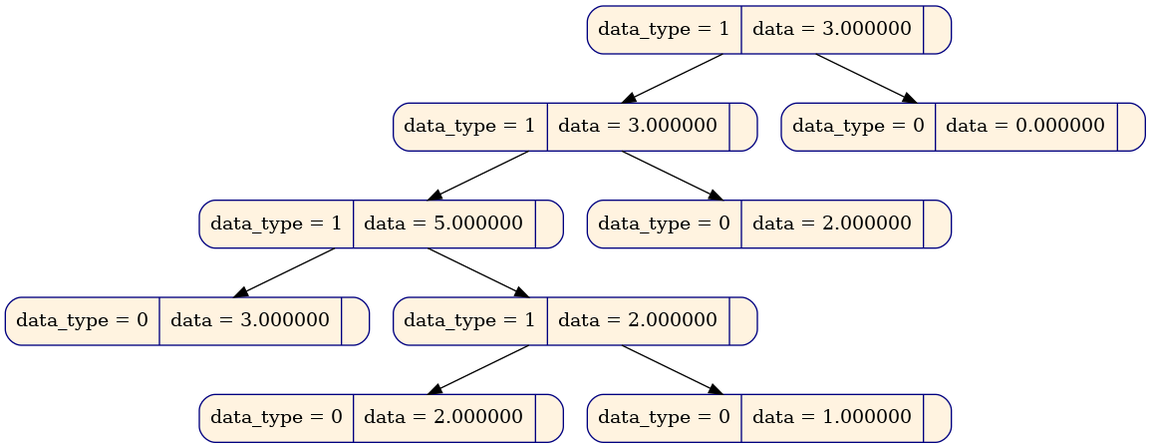
pupach/diff_tree keeps this Graphviz diagram as diff_tree/gr_dump/res_tree_before_ret.dot.png. Above is the earlier version. Its source is kept beside it as diff_tree/gr_dump/res_tree_before_ret.dot.
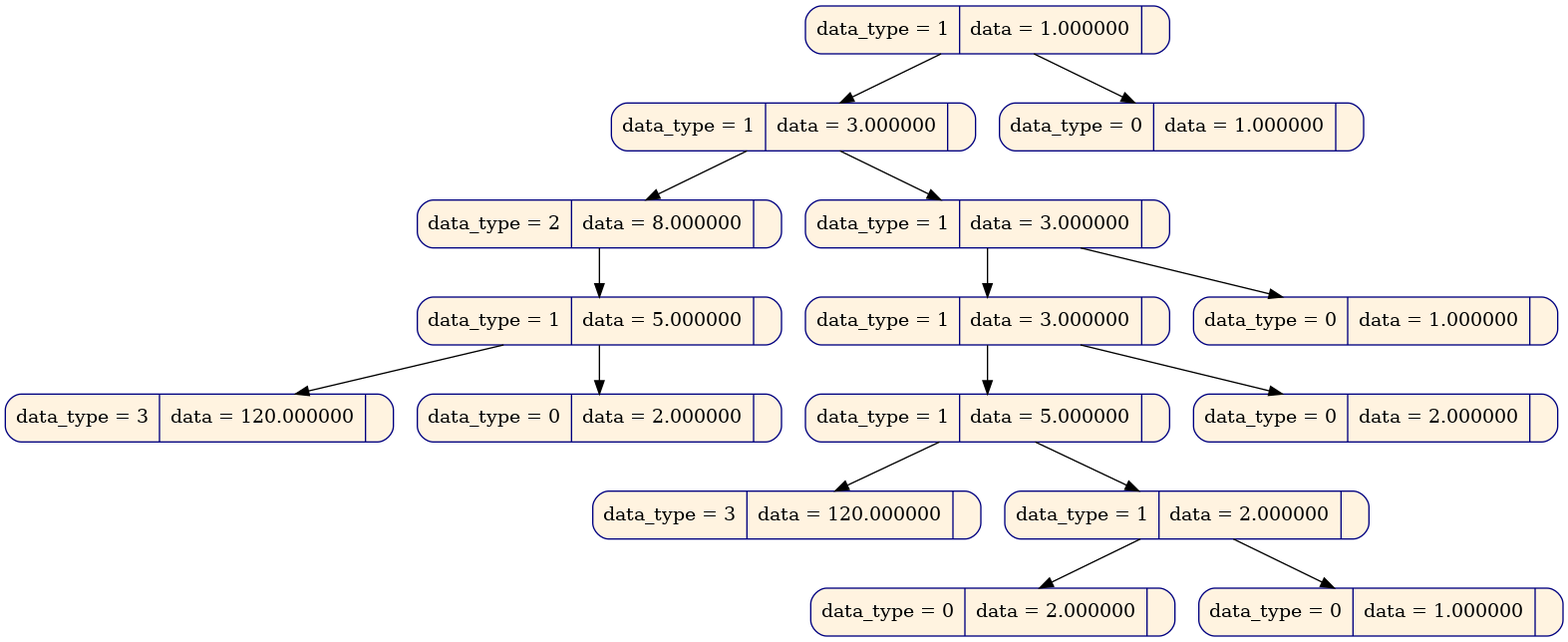
The same file after the commit.

Diff of the diagram source:
```diff
@@ -1,21 +1,35 @@
 digraph
 {
 node [shape = Mrecord, color  = "navy", style = "filled"];
-node0x6230000002c0[label = " data_type = 1 | data = 3.000000 | ", fillcolor = "#fff3e0", rank = 0];
-node0x622000000250[label = " data_type = 1 | data = 3.000000 | ", fillcolor = "#fff3e0", rank = 1];
-node0x620000000160[label = " data_type = 1 | data = 5.000000 | ", fillcolor = "#fff3e0", rank = 2];
-node0x619000000a80[label = " data_type = 0 | data = 3.000000 | ", fillcolor = "#fff3e0", rank = 3];
-node0x6200000000b8[label = " data_type = 1 | data = 2.000000 | ", fillcolor = "#fff3e0", rank = 3];
-node0x6200000000f0[label = " data_type = 0 | data = 2.000000 | ", fillcolor = "#fff3e0", rank = 4];
-node0x620000000128[label = " data_type = 0 | data = 1.000000 | ", fillcolor = "#fff3e0", rank = 4];
-node0x622000000218[label = " data_type = 0 | data = 2.000000 | ", fillcolor = "#fff3e0", rank = 2];
-node0x623000000288[label = " data_type = 0 | data = 0.000000 | ", fillcolor = "#fff3e0", rank = 1];
-node0x6230000002c0 -> node0x622000000250;
-node0x622000000250 -> node0x620000000160;
-node0x620000000160 -> node0x619000000a80;
-node0x620000000160 -> node0x6200000000b8;
-node0x6200000000b8 -> node0x6200000000f0;
-node0x6200000000b8 -> node0x620000000128;
-node0x622000000250 -> node0x622000000218;
-node0x6230000002c0 -> node0x623000000288;
+node0x625000002c48[label = " data_type = 1 | data = 1.000000 | ", fillcolor = "#fff3e0", rank = 0];
+node0x625000002900[label = " data_type = 1 | data = 3.000000 | ", fillcolor = "#fff3e0", rank = 1];
+node0x625000002938[label = " data_type = 2 | data = 8.000000 | ", fillcolor = "#fff3e0", rank = 2];
+node0x625000002970[label = " data_type = 1 | data = 5.000000 | ", fillcolor = "#fff3e0", rank = 3];
+node0x6250000029a8[label = " data_type = 3 | data = 120.000000 | ", fillcolor = "#fff3e0", rank = 4];
+node0x6250000029e0[label = " data_type = 0 | data = 2.000000 | ", fillcolor = "#fff3e0", rank = 4];
+node0x625000002a18[label = " data_type = 1 | data = 3.000000 | ", fillcolor = "#fff3e0", rank = 2];
+node0x625000002a50[label = " data_type = 1 | data = 3.000000 | ", fillcolor = "#fff3e0", rank = 3];
+node0x625000002a88[label = " data_type = 1 | data = 5.000000 | ", fillcolor = "#fff3e0", rank = 4];
+node0x625000002ac0[label = " data_type = 3 | data = 120.000000 | ", fillcolor = "#fff3e0", rank = 5];
+node0x625000002af8[label = " data_type = 1 | data = 2.000000 | ", fillcolor = "#fff3e0", rank = 5];
+node0x625000002b30[label = " data_type = 0 | data = 2.000000 | ", fillcolor = "#fff3e0", rank = 6];
+node0x625000002b68[label = " data_type = 0 | data = 1.000000 | ", fillcolor = "#fff3e0", rank = 6];
+node0x625000002ba0[label = " data_type = 0 | data = 2.000000 | ", fillcolor = "#fff3e0", rank = 4];
+node0x625000002bd8[label = " data_type = 0 | data = 1.000000 | ", fillcolor = "#fff3e0", rank = 3];
+node0x625000002c10[label = " data_type = 0 | data = 1.000000 | ", fillcolor = "#fff3e0", rank = 1];
+node0x625000002c48 -> node0x625000002900;
+node0x625000002900 -> node0x625000002938;
+node0x625000002938 -> node0x625000002970;
+node0x625000002970 -> node0x6250000029a8;
+node0x625000002970 -> node0x6250000029e0;
+node0x625000002900 -> node0x625000002a18;
+node0x625000002a18 -> node0x625000002a50;
+node0x625000002a50 -> node0x625000002a88;
+node0x625000002a88 -> node0x625000002ac0;
+node0x625000002a88 -> node0x625000002af8;
+node0x625000002af8 -> node0x625000002b30;
+node0x625000002af8 -> node0x625000002b68;
+node0x625000002a50 -> node0x625000002ba0;
+node0x625000002a18 -> node0x625000002bd8;
+node0x625000002c48 -> node0x625000002c10;
 }
```
